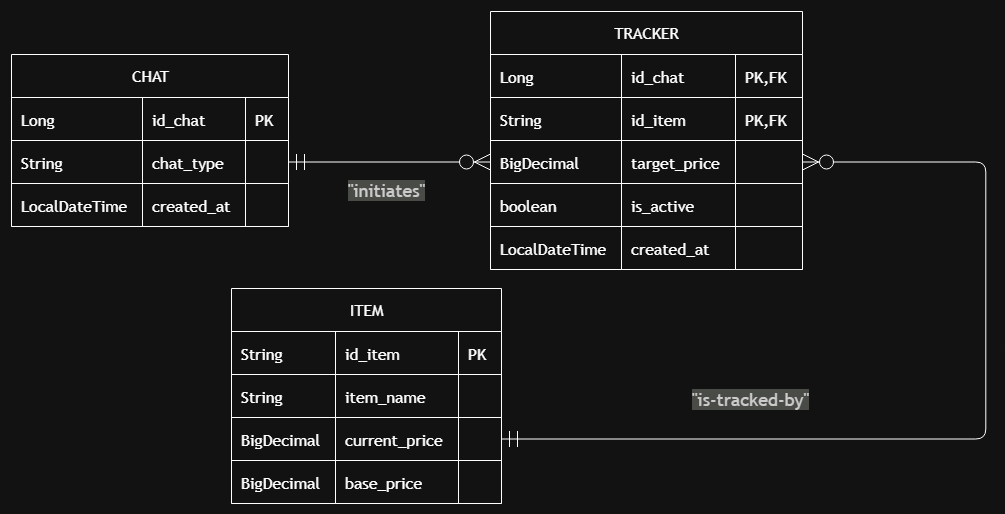
Before: docs/images/schema.png, a diagram exported from draw.io (franciscoboavida9/playstation-tracker). Source tidied: cells renumbered, new cells last; positions are measured from the earlier drawing's top-left corner, leaving out a move shared by most shapes.
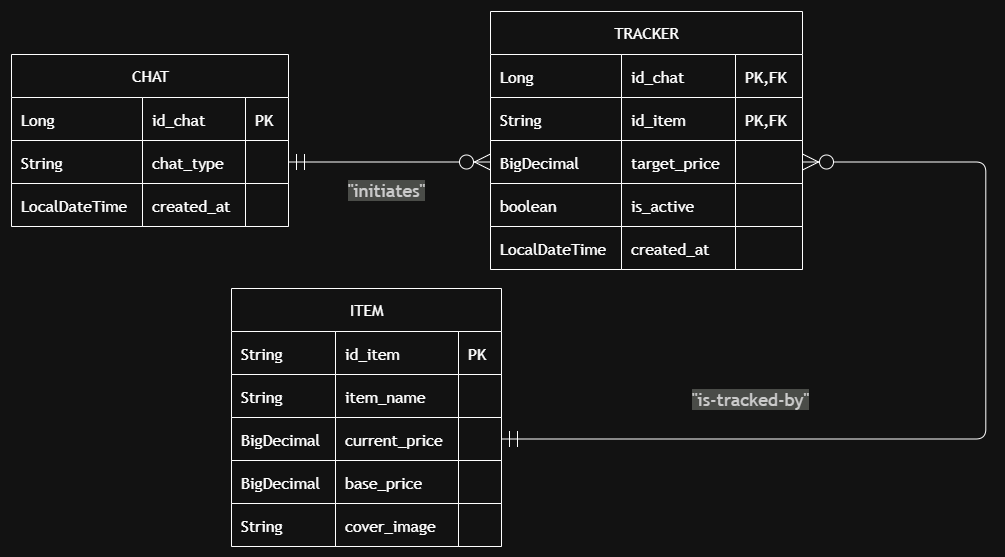
After the change.

Diff of the diagram source:
```diff
@@ -108,7 +108,7 @@
       <mxGeometry x="245" width="67" height="43" as="geometry" />
     </mxCell>
     <mxCell id="37" value="ITEM" style="shape=table;startSize=43;rowLines=1;fontSize=16;fontFamily=Trebuchet MS,Verdana,Arial,sans-serif;strokeWidth=1;align=center;html=1;" parent="2" vertex="1">
-      <mxGeometry x="250" y="340" width="270" height="215" as="geometry" />
+      <mxGeometry x="250" y="340" width="270" height="258" as="geometry" />
     </mxCell>
     <mxCell id="38" style="shape=tableRow;horizontal=0;startSize=0;swimlaneHead=0;swimlaneBody=1;strokeWidth=1;top=0;left=0;right=0;bottom=0;" parent="37" vertex="1">
       <mxGeometry y="43" width="270" height="43" as="geometry" />
@@ -158,6 +158,18 @@
     <mxCell id="53" style="shape=partialRectangle;strokeWidth=1;fontFamily=Trebuchet MS,Verdana,Arial,sans-serif;top=1;left=1;bottom=1;right=1;align=left;spacingLeft=8;overflow=hidden;fontSize=16;" parent="50" vertex="1">
       <mxGeometry x="227" width="43" height="43" as="geometry" />
     </mxCell>
+    <mxCell id="56" style="shape=tableRow;horizontal=0;startSize=0;swimlaneHead=0;swimlaneBody=1;strokeWidth=1;top=0;left=0;right=0;bottom=0;" parent="37" vertex="1">
+      <mxGeometry y="215" width="270" height="43" as="geometry" />
+    </mxCell>
+    <mxCell id="57" value="String" style="shape=partialRectangle;strokeWidth=1;fontFamily=Trebuchet MS,Verdana,Arial,sans-serif;top=1;left=1;bottom=1;right=1;align=left;spacingLeft=8;overflow=hidden;fontSize=16;" parent="56" vertex="1">
+      <mxGeometry width="104" height="43" as="geometry" />
+    </mxCell>
+    <mxCell id="58" value="cover_image" style="shape=partialRectangle;strokeWidth=1;fontFamily=Trebuchet MS,Verdana,Arial,sans-serif;top=1;left=1;bottom=1;right=1;align=left;spacingLeft=8;overflow=hidden;fontSize=16;" parent="56" vertex="1">
+      <mxGeometry x="104" width="123" height="43" as="geometry" />
+    </mxCell>
+    <mxCell id="59" style="shape=partialRectangle;strokeWidth=1;fontFamily=Trebuchet MS,Verdana,Arial,sans-serif;top=1;left=1;bottom=1;right=1;align=left;spacingLeft=8;overflow=hidden;fontSize=16;" parent="56" vertex="1">
+      <mxGeometry x="227" width="43" height="43" as="geometry" />
+    </mxCell>
     <mxCell id="54" value="&quot;initiates&quot;" style="curved=0;startArrow=ERmandOne;startSize=14;endArrow=ERzeroToMany;endSize=14;strokeWidth=1;html=1;fontSize=18;labelBackgroundColor=light-dark(#F8FFEC4D,#2a2a2a4D);fontFamily=Trebuchet MS,Verdana,Arial,sans-serif;fontColor=light-dark(#333333,#cccccc);rounded=1;edgeStyle=orthogonalEdgeStyle;" parent="2" edge="1" source="8" target="25">
       <mxGeometry x="-0.03" y="-28" relative="1" as="geometry" />
     </mxCell>
```
